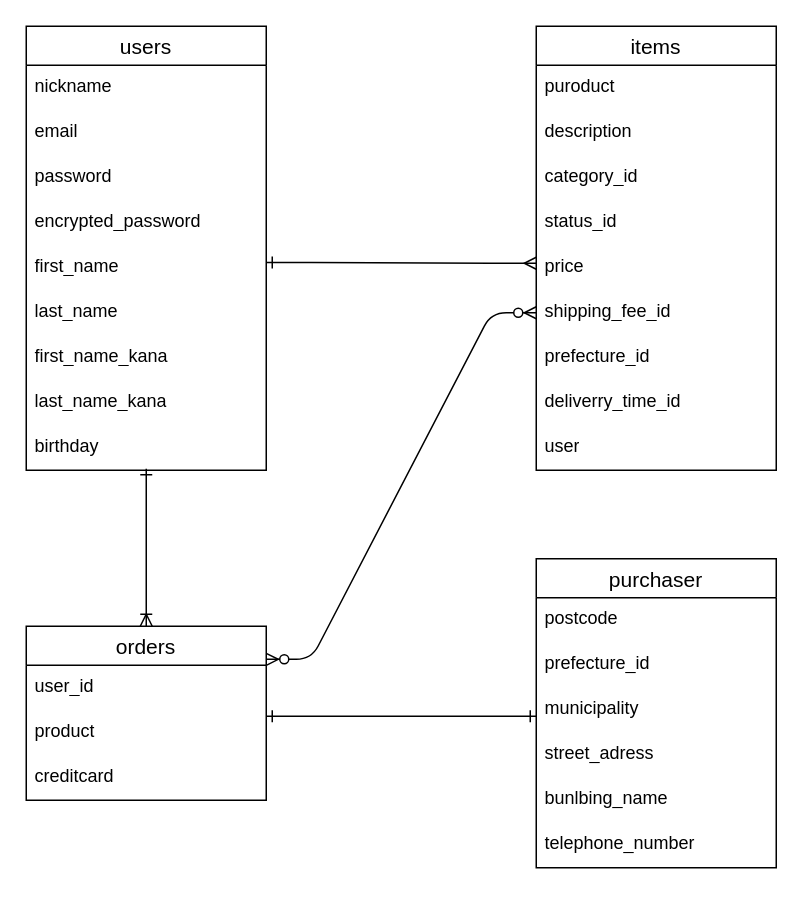
Date-Koki/furima-45136 keeps this draw.io diagram as furima.dio. Above is the earlier version. Source tidied: cells renumbered, new cells numbered last; positions are measured from the earlier drawing's top-left corner, leaving out a move shared by most shapes. Both pictures are drawn from the tidied source at 150%, with x=0, y=0 at pixel (26, 26).
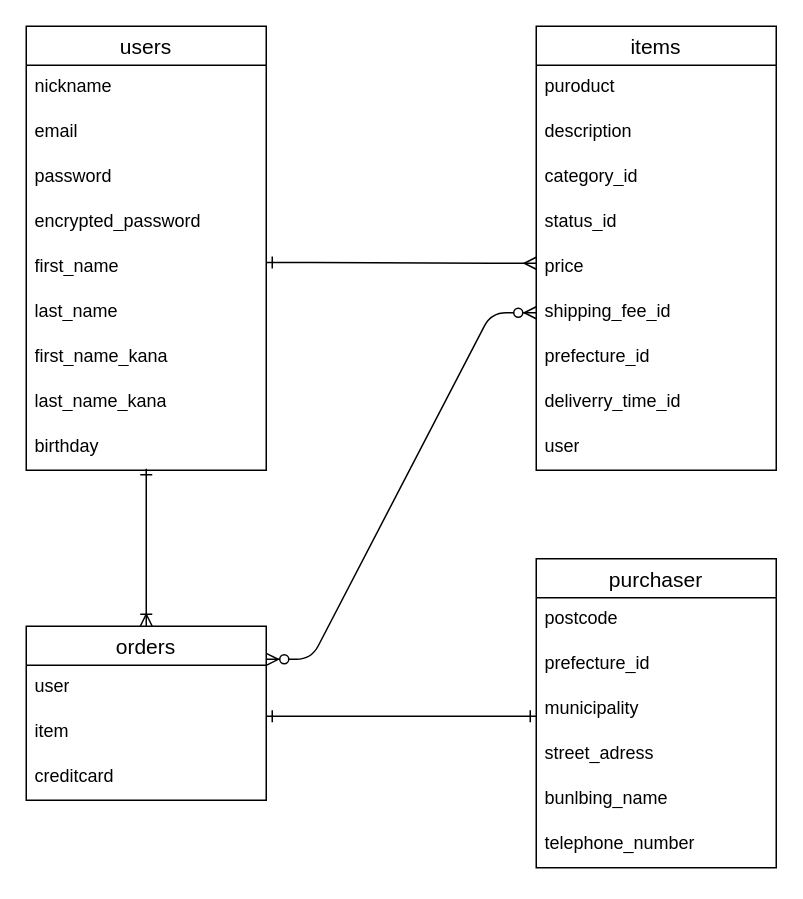
The same diagram, later.

The change refers to these unchanged cells:
```xml
<mxCell id="12" value="orders" style="swimlane;fontStyle=0;horizontal=1;startSize=26;align=center;fontSize=14;" parent="1" vertex="1">
  <mxGeometry y="400" width="160" height="116" as="geometry" />
</mxCell>
```

The edit, as a diff of the source:
```diff
@@
-    <mxCell id="13" value="user_id" style="text;strokeColor=none;fillColor=none;spacingLeft=4;spacingRight=4;overflow=hidden;fontSize=12;whiteSpace=wrap;html=1;" parent="12" vertex="1">
+    <mxCell id="13" value="user" style="text;strokeColor=none;fillColor=none;spacingLeft=4;spacingRight=4;overflow=hidden;fontSize=12;whiteSpace=wrap;html=1;" parent="12" vertex="1">
       <mxGeometry y="26" width="160" height="30" as="geometry" />
     </mxCell>
-    <mxCell id="14" value="product" style="text;strokeColor=none;fillColor=none;spacingLeft=4;spacingRight=4;overflow=hidden;fontSize=12;whiteSpace=wrap;html=1;" parent="12" vertex="1">
+    <mxCell id="14" value="item" style="text;strokeColor=none;fillColor=none;spacingLeft=4;spacingRight=4;overflow=hidden;fontSize=12;whiteSpace=wrap;html=1;" parent="12" vertex="1">
       <mxGeometry y="56" width="160" height="30" as="geometry" />
     </mxCell>
```
